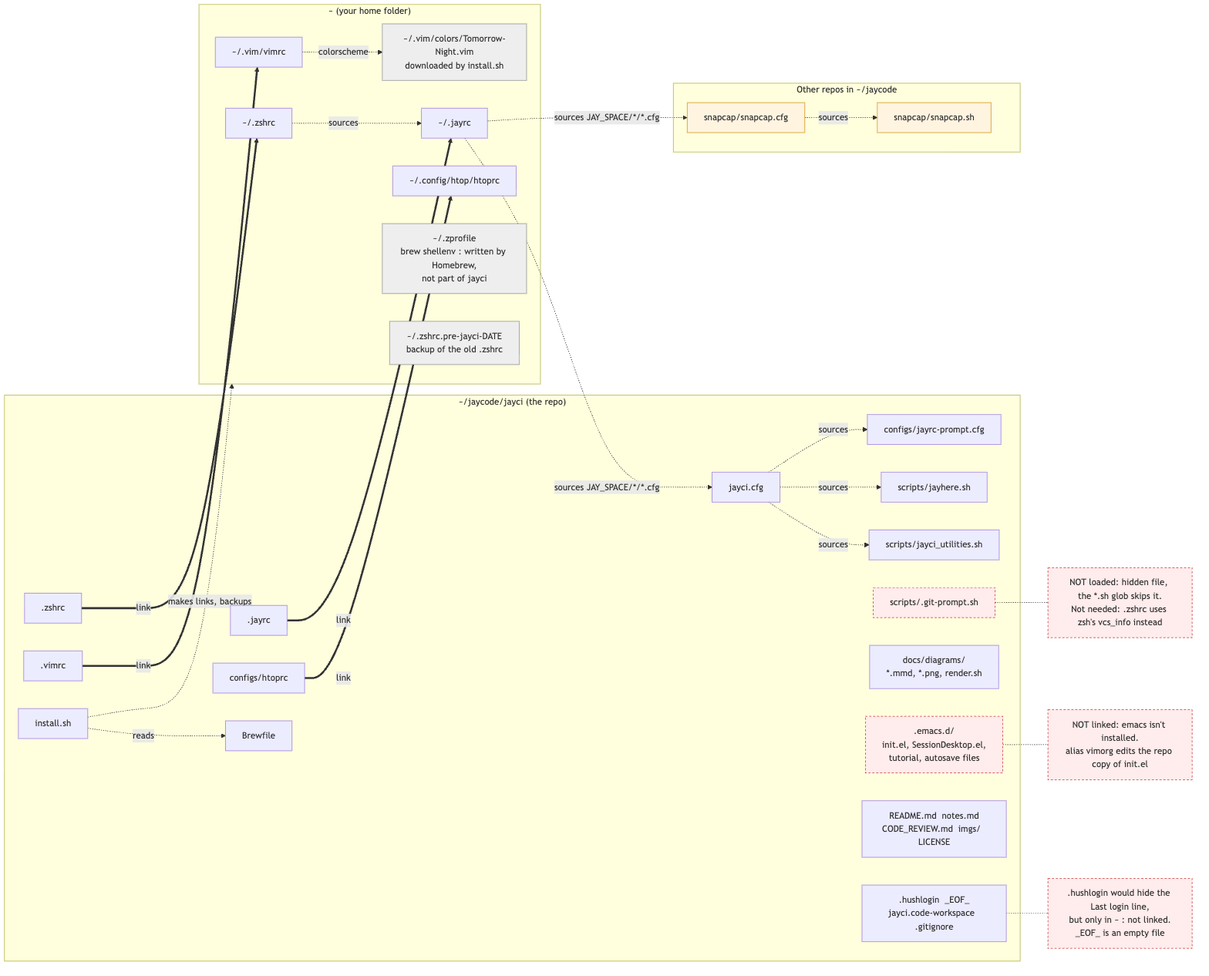
jaycody/jayci keeps this Mermaid diagram as docs/diagrams/3-file-map.png. Above is the earlier version. Its source is kept beside it as docs/diagrams/3-file-map.mmd. Source of this version:
```mermaid
flowchart LR
    subgraph REPO ["~/jaycode/jayci  (the repo)"]
        direction TB
        zshrc[".zshrc"]
        jayrc[".jayrc"]
        vimrc[".vimrc"]
        htop["configs/htoprc"]
        cfg["jayci.cfg"]
        util["scripts/jayci_utilities.sh"]
        here["scripts/jayhere.sh"]
        prompt["configs/jayrc-prompt.cfg"]
        gitp["scripts/.git-prompt.sh"]
        inst["install.sh"]
        brewf["Brewfile"]
        diag["docs/diagrams/<br/>*.mmd, *.png, render.sh"]
        emacs[".emacs.d/<br/>init.el, SessionDesktop.el,<br/>tutorial, autosave files"]
        docs["README.md  notes.md<br/>CODE_REVIEW.md  imgs/  LICENSE"]
        misc[".hushlogin  _EOF_<br/>jayci.code-workspace  .gitignore"]
    end

    subgraph HOME ["~  (your home folder)"]
        direction TB
        hz["~/.zshrc"]
        hj["~/.jayrc"]
        hv["~/.vim/vimrc"]
        hh["~/.config/htop/htoprc"]
        hc["~/.vim/colors/Tomorrow-Night.vim<br/>downloaded by install.sh"]
        hp["~/.zprofile<br/>brew shellenv : written by Homebrew,<br/>not part of jayci"]
        hb["~/.zshrc.pre-jayci-DATE<br/>backup of the old .zshrc"]
    end

    subgraph EXT ["Other repos in ~/jaycode"]
        direction TB
        scfg["snapcap/snapcap.cfg"]
        ssh["snapcap/snapcap.sh"]
    end

    zshrc ==>|link| hz
    jayrc ==>|link| hj
    vimrc ==>|link| hv
    htop ==>|link| hh

    hz -.->|sources| hj
    hj -.->|"sources JAY_SPACE/*/*.cfg"| cfg
    hj -.->|"sources JAY_SPACE/*/*.cfg"| scfg
    cfg -.->|sources| util
    cfg -.->|sources| here
    cfg -.->|sources| prompt
    scfg -.->|sources| ssh
    hv -.->|colorscheme| hc
    inst -.->|reads| brewf
    inst -.->|makes links, backups| HOME

    gitp -.- Q1["NOT loaded: hidden file, the *.sh glob skips it.<br/>Not needed: .zshrc uses zsh's vcs_info instead"]
    emacs -.- Q2["NOT linked: emacs isn't installed.<br/>alias vimorg edits the repo copy of init.el"]
    misc -.- Q3[".hushlogin would hide the Last login line,<br/>but only in ~ : not linked.<br/>_EOF_ is an empty file"]

    classDef quirk fill:#ffecec,stroke:#c33,color:#333,stroke-dasharray: 4 3
    classDef ext fill:#fff4e0,stroke:#d08a00,color:#333
    classDef sys fill:#eeeeee,stroke:#888,color:#333
    class Q1,Q2,Q3,gitp,emacs quirk
    class scfg,ssh ext
    class hp,hb,hc sys
```
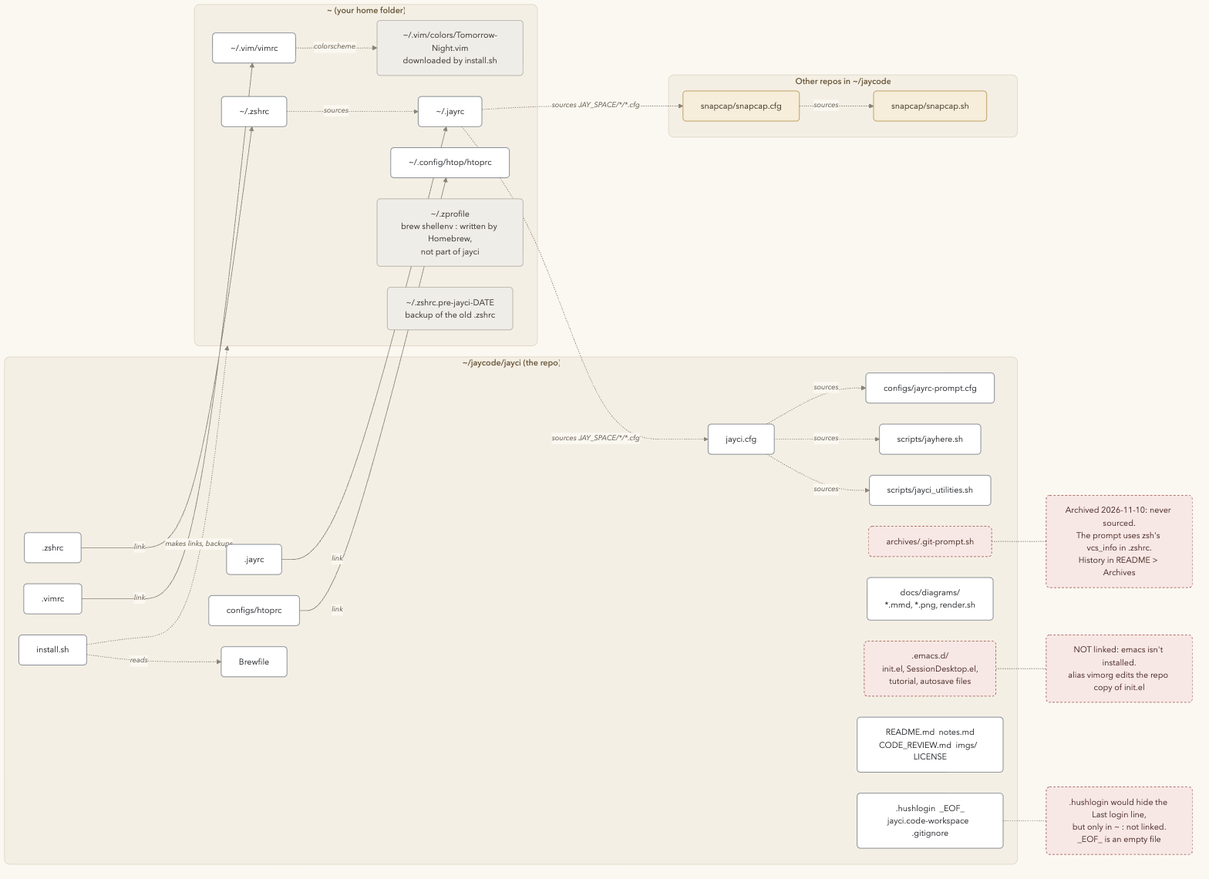
After the change.

What changed in the source:
```diff
@@ -9,7 +9,7 @@
         util["scripts/jayci_utilities.sh"]
         here["scripts/jayhere.sh"]
         prompt["configs/jayrc-prompt.cfg"]
-        gitp["scripts/.git-prompt.sh"]
+        gitp["archives/.git-prompt.sh"]
         inst["install.sh"]
         brewf["Brewfile"]
         diag["docs/diagrams/<br/>*.mmd, *.png, render.sh"]
@@ -51,13 +51,14 @@
     inst -.->|reads| brewf
     inst -.->|makes links, backups| HOME
 
-    gitp -.- Q1["NOT loaded: hidden file, the *.sh glob skips it.<br/>Not needed: .zshrc uses zsh's vcs_info instead"]
+    gitp -.- Q1["Archived 2026-11-10: never sourced.<br/>The prompt uses zsh's vcs_info in .zshrc.<br/>History in README > Archives"]
     emacs -.- Q2["NOT linked: emacs isn't installed.<br/>alias vimorg edits the repo copy of init.el"]
     misc -.- Q3[".hushlogin would hide the Last login line,<br/>but only in ~ : not linked.<br/>_EOF_ is an empty file"]
 
-    classDef quirk fill:#ffecec,stroke:#c33,color:#333,stroke-dasharray: 4 3
-    classDef ext fill:#fff4e0,stroke:#d08a00,color:#333
-    classDef sys fill:#eeeeee,stroke:#888,color:#333
+    classDef quirk fill:#F7E8E5,stroke:#9B4A43,color:#4A2A27,stroke-dasharray: 4 3
+    classDef ext fill:#F6EDDA,stroke:#A9843A,color:#3D3322
+    classDef sys fill:#EFEDE8,stroke:#A39E93,color:#4A4740
     class Q1,Q2,Q3,gitp,emacs quirk
     class scfg,ssh ext
     class hp,hb,hc sys
+
```
